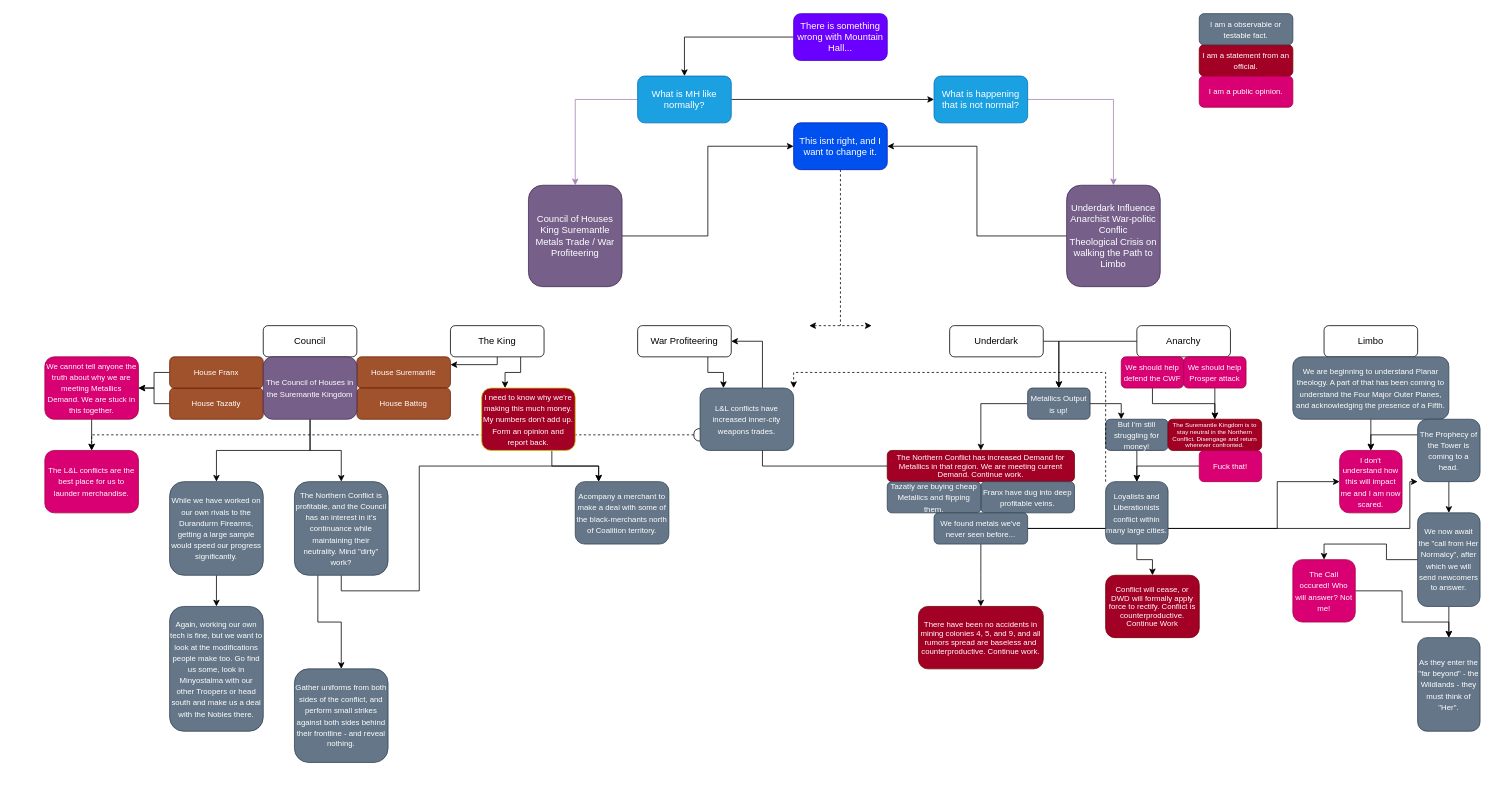
Above: MEDIA/SUPP/mountainhall.drawio in craftingcity/The-Known-World (draw.io), before the change. Source tidied: cells renumbered, new cells numbered last; positions are measured from the earlier drawing's top-left corner, leaving out a move shared by most shapes. Both pictures are drawn from the tidied source at 78%, with x=0, y=0 at pixel (44, 13).
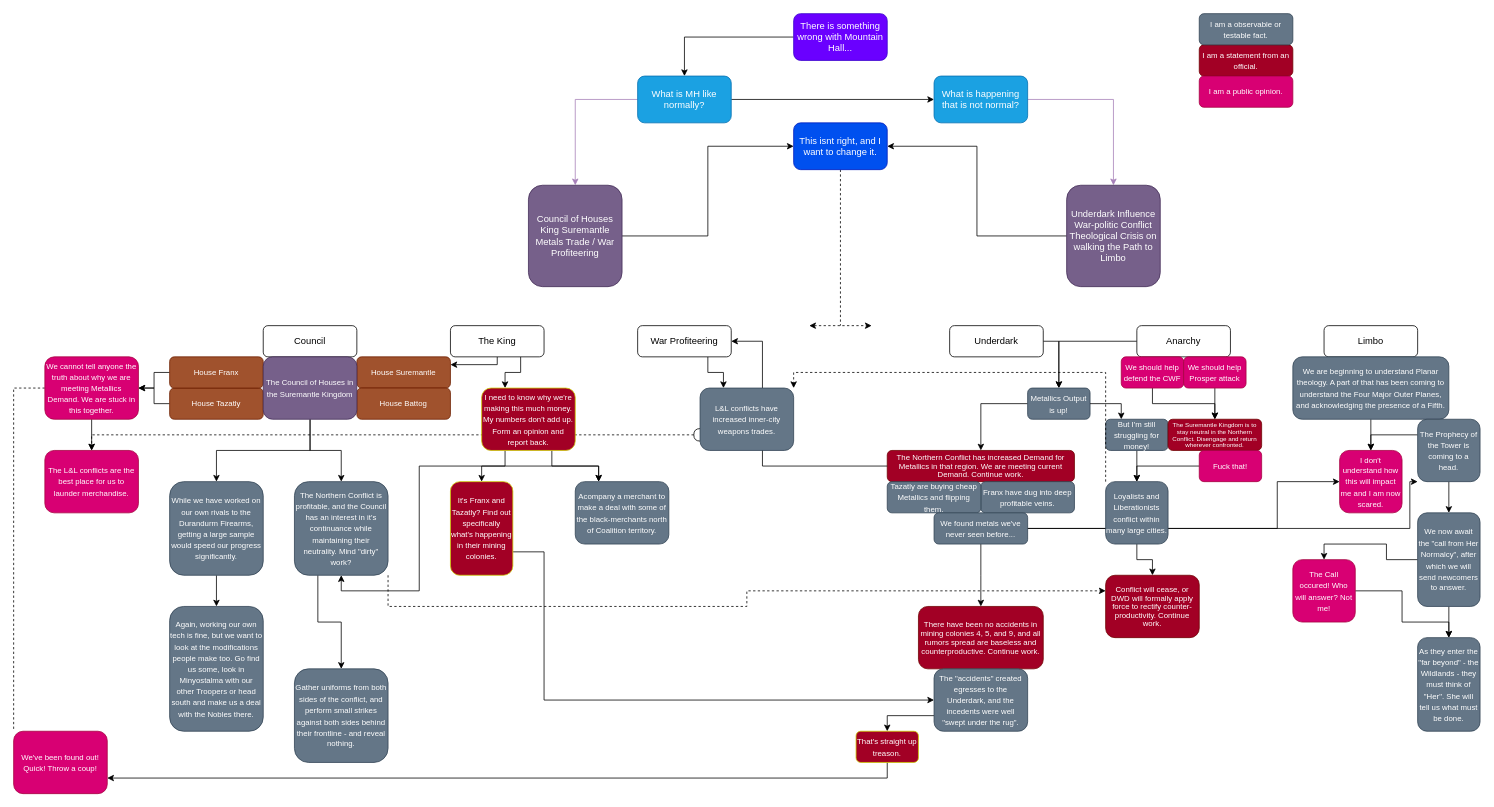
The same diagram, later.

Unchanged cells that the change refers to:
```xml
<mxCell id="76" value="&lt;font style=&quot;font-size: 10px;&quot;&gt;We cannot tell anyone the truth about why we are meeting Metallics Demand. We are stuck in this together.&lt;/font&gt;" style="rounded=1;whiteSpace=wrap;html=1;fillColor=#d80073;fontColor=#ffffff;strokeColor=#A50040;" parent="1" vertex="1">
  <mxGeometry y="440" width="120" height="80" as="geometry" />
</mxCell>
<mxCell id="86" value="&lt;font style=&quot;font-size: 10px;&quot;&gt;The Northern Conflict is profitable, and the Council has an interest in it's continuance while maintaining their neutrality. Mind &quot;dirty&quot; work?&lt;/font&gt;" style="rounded=1;whiteSpace=wrap;html=1;fillColor=#647687;fontColor=#ffffff;strokeColor=#314354;" parent="1" vertex="1">
  <mxGeometry x="320" y="600" width="120" height="120" as="geometry" />
</mxCell>
<mxCell id="87" value="&lt;font style=&quot;font-size: 10px;&quot;&gt;Gather uniforms from both sides of the conflict, and perform small strikes against both sides behind their frontline - and reveal nothing.&lt;/font&gt;" style="rounded=1;whiteSpace=wrap;html=1;fillColor=#647687;fontColor=#ffffff;strokeColor=#314354;" parent="1" vertex="1">
  <mxGeometry x="320" y="840" width="120" height="120" as="geometry" />
</mxCell>
<mxCell id="88" value="&lt;span style=&quot;font-size: 10px;&quot;&gt;Acompany a merchant to make a deal with some of the black-merchants north of Coalition territory.&lt;/span&gt;" style="rounded=1;whiteSpace=wrap;html=1;fillColor=#647687;fontColor=#ffffff;strokeColor=#314354;" parent="1" vertex="1">
  <mxGeometry x="680" y="600" width="120" height="80" as="geometry" />
</mxCell>
<mxCell id="90" value="&lt;span style=&quot;font-size: 10px;&quot;&gt;I need to know why we're making this much money. My numbers don't add up. Form an opinion and report back.&lt;/span&gt;" style="rounded=1;whiteSpace=wrap;html=1;fillColor=#a20025;fontColor=#ffffff;strokeColor=#CCCC00;" parent="1" vertex="1">
  <mxGeometry x="560" y="480" width="120" height="80" as="geometry" />
</mxCell>
```

What changed in the source:
```diff
@@
-    <mxCell id="16" value="Underdark Influence&lt;div&gt;Anarchist War-politic Conflic&lt;br&gt;&lt;div&gt;Theological Crisis on walking the Path to Limbo&lt;/div&gt;&lt;/div&gt;" style="rounded=1;whiteSpace=wrap;html=1;fillColor=#76608a;fontColor=#ffffff;strokeColor=#432D57;" parent="1" vertex="1">
+    <mxCell id="16" value="Underdark Influence&lt;div&gt;War-politic Conflict&lt;br&gt;&lt;div&gt;Theological Crisis on walking the Path to Limbo&lt;/div&gt;&lt;/div&gt;" style="rounded=1;whiteSpace=wrap;html=1;fillColor=#76608a;fontColor=#ffffff;strokeColor=#432D57;" parent="1" vertex="1">
       <mxGeometry x="1310" y="220" width="120" height="130" as="geometry" />
     </mxCell>
@@
-    <mxCell id="73" value="&lt;font style=&quot;font-size: 10px;&quot;&gt;As they enter the &quot;far beyond&quot; - the Wildlands - they must think of &quot;Her&quot;.&lt;/font&gt;" style="rounded=1;whiteSpace=wrap;html=1;fillColor=#647687;fontColor=#ffffff;strokeColor=#314354;" parent="1" vertex="1">
+    <mxCell id="73" value="&lt;font style=&quot;font-size: 10px;&quot;&gt;As they enter the &quot;far beyond&quot; - the Wildlands - they must think of &quot;Her&quot;. She will tell us what must be done.&lt;/font&gt;" style="rounded=1;whiteSpace=wrap;html=1;fillColor=#647687;fontColor=#ffffff;strokeColor=#314354;" parent="1" vertex="1">
       <mxGeometry x="1760" y="800" width="80" height="120" as="geometry" />
     </mxCell>
@@
+    <mxCell id="91" style="edgeStyle=orthogonalEdgeStyle;rounded=0;jettySize=auto;html=1;exitX=0;exitY=0.5;exitDx=0;exitDy=0;entryX=0;entryY=0;entryDx=0;entryDy=0;endArrow=none;endFill=0;dashed=1;" parent="1" edge="1" source="76" target="100">
+      <mxGeometry relative="1" as="geometry" />
+    </mxCell>
@@
-    <mxCell id="83" value="&lt;p style=&quot;line-height: 92%;&quot;&gt;&lt;font style=&quot;font-size: 10px;&quot;&gt;Conflict will cease, or DWD will formally apply force to rectify. Conflict is counterproductive. Continue Work&lt;/font&gt;&lt;/p&gt;" style="rounded=1;whiteSpace=wrap;html=1;fillColor=#a20025;fontColor=#ffffff;strokeColor=#6F0000;" parent="1" vertex="1">
+    <mxCell id="83" value="&lt;p style=&quot;line-height: 92%;&quot;&gt;&lt;font style=&quot;font-size: 10px;&quot;&gt;Conflict will cease, or DWD will formally apply force to rectify counter-productivity. Continue work.&lt;/font&gt;&lt;/p&gt;" style="rounded=1;whiteSpace=wrap;html=1;fillColor=#a20025;fontColor=#ffffff;strokeColor=#6F0000;" parent="1" vertex="1">
       <mxGeometry x="1360" y="720" width="120" height="80" as="geometry" />
     </mxCell>
-    <mxCell id="84" style="edgeStyle=orthogonalEdgeStyle;rounded=0;jettySize=auto;html=1;exitX=0.5;exitY=1;exitDx=0;exitDy=0;entryX=0.25;entryY=0;entryDx=0;entryDy=0;" parent="1" edge="1" source="86" target="88">
+    <mxCell id="84" style="edgeStyle=orthogonalEdgeStyle;rounded=0;jettySize=auto;html=1;exitX=0.5;exitY=1;exitDx=0;exitDy=0;entryX=0.25;entryY=0;entryDx=0;entryDy=0;startArrow=classic;startFill=1;" parent="1" edge="1" source="86" target="88">
       <mxGeometry relative="1" as="geometry">
         <Array as="points">
           <mxPoint x="380" y="740" />
           <mxPoint x="480" y="740" />
           <mxPoint x="480" y="580" />
           <mxPoint x="710" y="580" />
         </Array>
       </mxGeometry>
     </mxCell>
     <mxCell id="85" style="edgeStyle=orthogonalEdgeStyle;rounded=0;jettySize=auto;html=1;exitX=0.25;exitY=1;exitDx=0;exitDy=0;entryX=0.5;entryY=0;entryDx=0;entryDy=0;" parent="1" edge="1" source="86" target="87">
-      <mxGeometry relative="1" as="geometry" />
+      <mxGeometry relative="1" as="geometry">
+        <Array as="points">
+          <mxPoint x="350" y="780" />
+          <mxPoint x="380" y="780" />
+        </Array>
+      </mxGeometry>
     </mxCell>
+    <mxCell id="92" style="edgeStyle=orthogonalEdgeStyle;rounded=0;jettySize=auto;html=1;exitX=1;exitY=1;exitDx=0;exitDy=0;entryX=0;entryY=0.25;entryDx=0;entryDy=0;dashed=1;" parent="1" edge="1" source="86" target="83">
+      <mxGeometry relative="1" as="geometry">
+        <Array as="points">
+          <mxPoint x="440" y="760" />
+          <mxPoint x="900" y="760" />
+          <mxPoint x="900" y="740" />
+        </Array>
+      </mxGeometry>
+    </mxCell>
@@
+    <mxCell id="93" style="edgeStyle=orthogonalEdgeStyle;rounded=0;jettySize=auto;html=1;exitX=0.25;exitY=1;exitDx=0;exitDy=0;entryX=0.5;entryY=0;entryDx=0;entryDy=0;" parent="1" edge="1" source="90" target="95">
+      <mxGeometry relative="1" as="geometry" />
+    </mxCell>
@@
+    <mxCell id="94" style="edgeStyle=orthogonalEdgeStyle;rounded=0;jettySize=auto;html=1;exitX=1;exitY=0.75;exitDx=0;exitDy=0;entryX=0;entryY=0.5;entryDx=0;entryDy=0;" parent="1" edge="1" source="95" target="97">
+      <mxGeometry relative="1" as="geometry">
+        <Array as="points">
+          <mxPoint x="640" y="690" />
+          <mxPoint x="640" y="880" />
+        </Array>
+      </mxGeometry>
+    </mxCell>
+    <mxCell id="95" value="&lt;span style=&quot;font-size: 10px;&quot;&gt;It's Franx and Tazatly? Find out specifically what's happening in their mining colonies.&lt;/span&gt;" style="rounded=1;whiteSpace=wrap;html=1;fillColor=#a20025;fontColor=#ffffff;strokeColor=#CCCC00;" parent="1" vertex="1">
+      <mxGeometry x="520" y="600" width="80" height="120" as="geometry" />
+    </mxCell>
+    <mxCell id="96" style="edgeStyle=orthogonalEdgeStyle;rounded=0;jettySize=auto;html=1;exitX=0;exitY=0.75;exitDx=0;exitDy=0;entryX=0.5;entryY=0;entryDx=0;entryDy=0;" parent="1" edge="1" source="97" target="99">
+      <mxGeometry relative="1" as="geometry" />
+    </mxCell>
+    <mxCell id="97" value="&lt;span style=&quot;font-size: 10px;&quot;&gt;The &quot;accidents&quot; created egresses to the Underdark, and the incedents were well &quot;swept under the rug&quot;.&lt;/span&gt;" style="rounded=1;whiteSpace=wrap;html=1;fillColor=#647687;fontColor=#ffffff;strokeColor=#314354;" parent="1" vertex="1">
+      <mxGeometry x="1140" y="840" width="120" height="80" as="geometry" />
+    </mxCell>
+    <mxCell id="98" style="edgeStyle=orthogonalEdgeStyle;rounded=0;jettySize=auto;html=1;exitX=0.5;exitY=1;exitDx=0;exitDy=0;entryX=1;entryY=0.75;entryDx=0;entryDy=0;" parent="1" edge="1" source="99" target="100">
+      <mxGeometry relative="1" as="geometry" />
+    </mxCell>
+    <mxCell id="99" value="&lt;span style=&quot;font-size: 10px;&quot;&gt;That's straight up treason.&lt;/span&gt;" style="rounded=1;whiteSpace=wrap;html=1;fillColor=#a20025;fontColor=#ffffff;strokeColor=#CCCC00;" parent="1" vertex="1">
+      <mxGeometry x="1040" y="920" width="80" height="40" as="geometry" />
+    </mxCell>
+    <mxCell id="100" value="&lt;font style=&quot;font-size: 10px;&quot;&gt;We've been found out! Quick! Throw a coup!&lt;/font&gt;" style="rounded=1;whiteSpace=wrap;html=1;fillColor=#d80073;fontColor=#ffffff;strokeColor=#A50040;" parent="1" vertex="1">
+      <mxGeometry x="-40" y="920" width="120" height="80" as="geometry" />
+    </mxCell>
```
